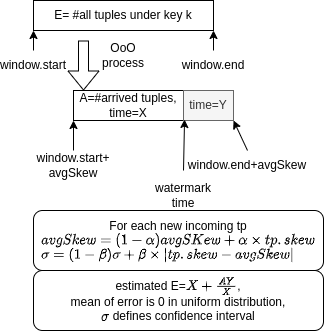
Above: docsrc/MeanAQP.png in intellistream/OoOJoin (draw.io), before the change. Source tidied: cells renumbered, new cells last; positions are measured from the earlier drawing's top-left corner, leaving out a move shared by most shapes. The source it was exported from:
```xml
<mxGraphModel math="1">
  <root>
    <mxCell id="0" />
    <mxCell id="1" parent="0" />
    <mxCell id="2" value="E= #all tuples under key k" style="rounded=0;whiteSpace=wrap;html=1;" parent="1" vertex="1">
      <mxGeometry x="30" width="180" height="30" as="geometry" />
    </mxCell>
    <mxCell id="3" value="window.start" style="text;html=1;strokeColor=none;fillColor=none;align=center;verticalAlign=middle;whiteSpace=wrap;rounded=0;" parent="1" vertex="1">
      <mxGeometry y="50" width="60" height="30" as="geometry" />
    </mxCell>
    <mxCell id="4" value="window.end" style="text;html=1;strokeColor=none;fillColor=none;align=center;verticalAlign=middle;whiteSpace=wrap;rounded=0;" parent="1" vertex="1">
      <mxGeometry x="180" y="50" width="60" height="30" as="geometry" />
    </mxCell>
    <mxCell id="5" style="endArrow=classic;html=1;rounded=0;entryX=1;entryY=1;entryDx=0;entryDy=0;exitX=0.5;exitY=0;exitDx=0;exitDy=0;" parent="1" edge="1" source="4" target="2">
      <mxGeometry relative="1" as="geometry" />
    </mxCell>
    <mxCell id="6" style="endArrow=classic;html=1;rounded=0;entryX=0;entryY=1;entryDx=0;entryDy=0;exitX=0.5;exitY=0;exitDx=0;exitDy=0;" parent="1" edge="1" source="3" target="2">
      <mxGeometry relative="1" as="geometry" />
    </mxCell>
    <mxCell id="7" style="shape=flexArrow;endArrow=classic;html=1;rounded=0;" parent="1" edge="1">
      <mxGeometry relative="1" as="geometry">
        <mxPoint x="80" y="40" as="sourcePoint" />
        <mxPoint x="80" y="90" as="targetPoint" />
      </mxGeometry>
    </mxCell>
    <mxCell id="8" value="OoO process" style="text;html=1;strokeColor=none;fillColor=none;align=center;verticalAlign=middle;whiteSpace=wrap;rounded=0;" parent="1" vertex="1">
      <mxGeometry x="90" y="40" width="60" height="30" as="geometry" />
    </mxCell>
    <mxCell id="9" style="rounded=0;whiteSpace=wrap;html=1;" parent="1" vertex="1">
      <mxGeometry x="70" y="90" width="160" height="30" as="geometry" />
    </mxCell>
    <mxCell id="10" value="window.start+&lt;br&gt;avgSkew" style="text;html=1;strokeColor=none;fillColor=none;align=center;verticalAlign=middle;whiteSpace=wrap;rounded=0;" parent="1" vertex="1">
      <mxGeometry x="40" y="150" width="60" height="30" as="geometry" />
    </mxCell>
    <mxCell id="11" style="endArrow=classic;html=1;rounded=0;exitX=0.5;exitY=0;exitDx=0;exitDy=0;entryX=0;entryY=1;entryDx=0;entryDy=0;" parent="1" edge="1" source="10" target="9">
      <mxGeometry relative="1" as="geometry" />
    </mxCell>
    <mxCell id="12" value="time=Y" style="rounded=0;whiteSpace=wrap;html=1;fillColor=#f5f5f5;fontColor=#333333;strokeColor=#666666;" parent="1" vertex="1">
      <mxGeometry x="180" y="90" width="50" height="30" as="geometry" />
    </mxCell>
    <mxCell id="13" value="window.end+avgSkew" style="text;html=1;strokeColor=none;fillColor=none;align=center;verticalAlign=middle;whiteSpace=wrap;rounded=0;" parent="1" vertex="1">
      <mxGeometry x="214" y="150" width="60" height="30" as="geometry" />
    </mxCell>
    <mxCell id="14" style="endArrow=classic;html=1;rounded=0;exitX=0.5;exitY=0;exitDx=0;exitDy=0;entryX=1;entryY=1;entryDx=0;entryDy=0;" parent="1" edge="1" source="13" target="12">
      <mxGeometry relative="1" as="geometry" />
    </mxCell>
    <mxCell id="15" style="endArrow=classic;html=1;rounded=0;entryX=0.694;entryY=0.967;entryDx=0;entryDy=0;entryPerimeter=0;" parent="1" edge="1" target="9">
      <mxGeometry relative="1" as="geometry">
        <mxPoint x="180" y="170" as="sourcePoint" />
      </mxGeometry>
    </mxCell>
    <mxCell id="16" value="watermark time" style="text;html=1;strokeColor=none;fillColor=none;align=center;verticalAlign=middle;whiteSpace=wrap;rounded=0;" parent="1" vertex="1">
      <mxGeometry x="150" y="180" width="60" height="30" as="geometry" />
    </mxCell>
    <mxCell id="17" value="For each new incoming tp&lt;br style=&quot;font-size: 11px;&quot;&gt;\(avgSkew=(1-\alpha)avgSKew+\alpha \times tp.skew \)&lt;br&gt;&lt;div style=&quot;text-align: left;&quot;&gt;&lt;span style=&quot;font-size: 11px;&quot;&gt;\( \sigma=(1-\beta)\sigma+\beta \times |tp.skew-avgSkew| \)&lt;/span&gt;&lt;/div&gt;" style="rounded=1;whiteSpace=wrap;html=1;fontSize=11;" parent="1" vertex="1">
      <mxGeometry x="30" y="210" width="290" height="60" as="geometry" />
    </mxCell>
    <mxCell id="18" value="A=#arrived tuples, time=X" style="text;html=1;strokeColor=none;fillColor=none;align=center;verticalAlign=middle;whiteSpace=wrap;rounded=0;fontSize=11;" parent="1" vertex="1">
      <mxGeometry x="70" y="90" width="110" height="30" as="geometry" />
    </mxCell>
    <mxCell id="19" value="estimated E=\(X+\frac{AY}{X}\),&lt;br&gt;mean of error is 0 in uniform distribution,&lt;br&gt;\(\sigma\) defines confidence interval" style="rounded=1;whiteSpace=wrap;html=1;fontSize=11;" parent="1" vertex="1">
      <mxGeometry x="30" y="270" width="290" height="60" as="geometry" />
    </mxCell>
  </root>
</mxGraphModel>
```
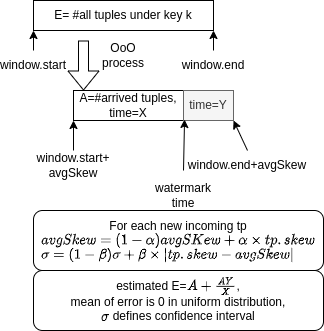
Above is the later version.

Commit message:
1. A toy AQP which manually assign linear coeffcient 2. Revise the Utils and clean the mountain of shit... 3. Fix the bugs of a basic MeanAQPOperator 4. Introduce the Operator Table

What changed in the source:
```diff
@@ -58,7 +58,7 @@
     <mxCell id="18" value="A=#arrived tuples, time=X" style="text;html=1;strokeColor=none;fillColor=none;align=center;verticalAlign=middle;whiteSpace=wrap;rounded=0;fontSize=11;" parent="1" vertex="1">
       <mxGeometry x="70" y="90" width="110" height="30" as="geometry" />
     </mxCell>
-    <mxCell id="19" value="estimated E=\(X+\frac{AY}{X}\),&lt;br&gt;mean of error is 0 in uniform distribution,&lt;br&gt;\(\sigma\) defines confidence interval" style="rounded=1;whiteSpace=wrap;html=1;fontSize=11;" parent="1" vertex="1">
+    <mxCell id="19" value="estimated E=\(A+\frac{AY}{X}\),&lt;br&gt;mean of error is 0 in uniform distribution,&lt;br&gt;\(\sigma\) defines confidence interval" style="rounded=1;whiteSpace=wrap;html=1;fontSize=11;" parent="1" vertex="1">
       <mxGeometry x="30" y="270" width="290" height="60" as="geometry" />
     </mxCell>
   </root>
```
